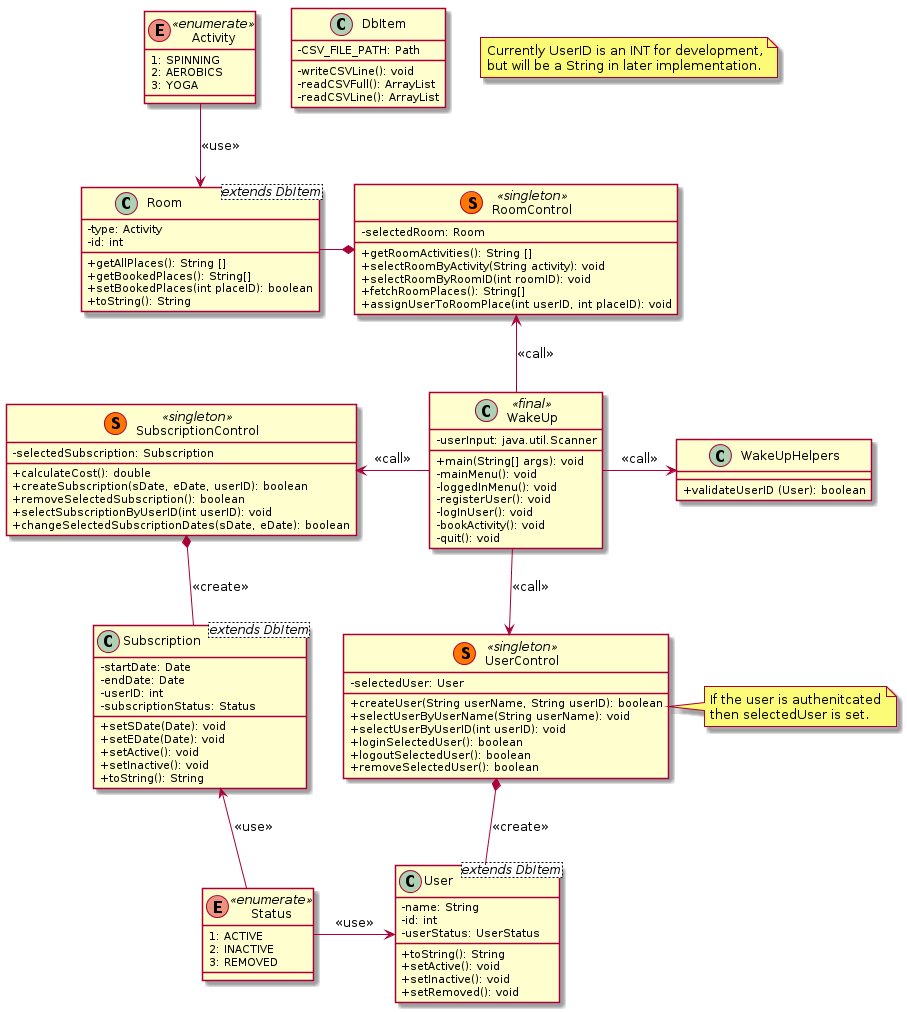
The PlantUML diagram UML_A2.png in weleoka/A02_u01, before a commit.
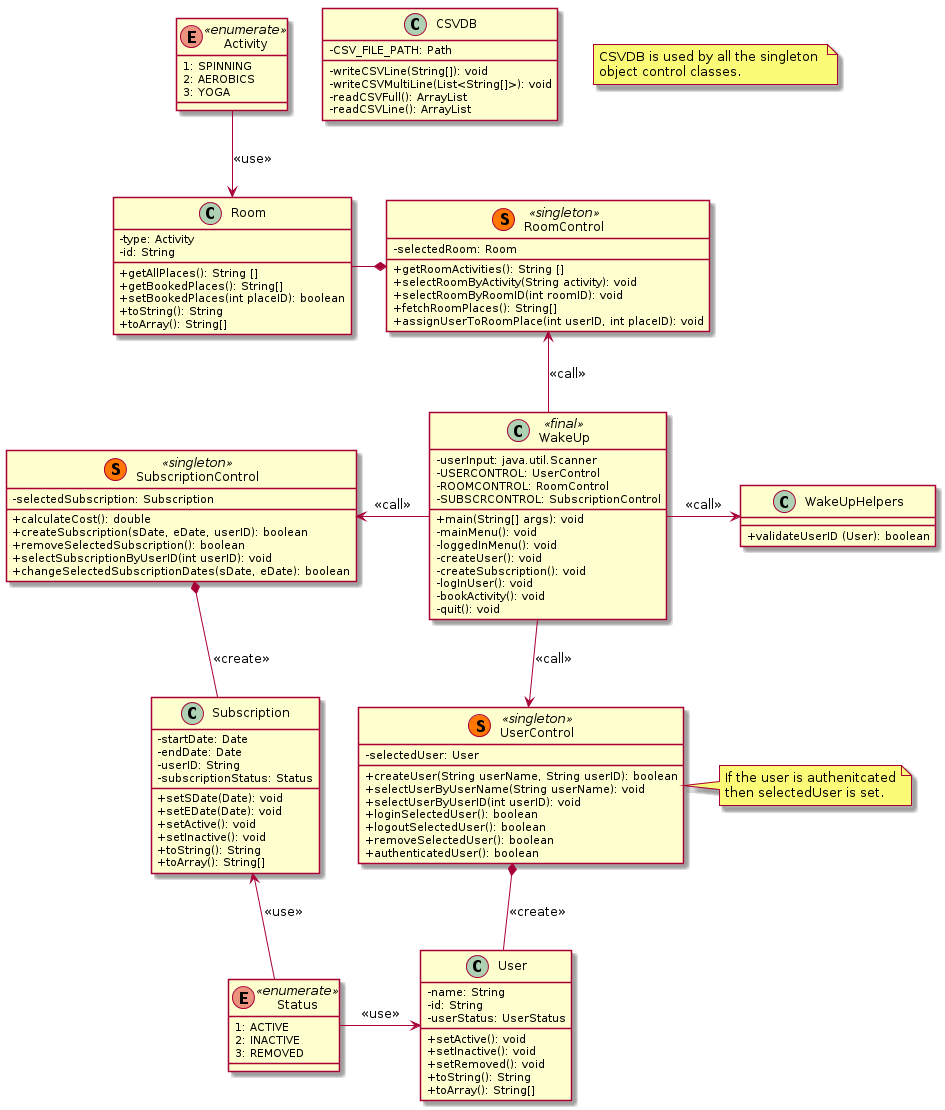
After the change.

Change to the diagram source:
```diff
@@ -6,10 +6,14 @@
 
 class WakeUp <<final>> {
     - userInput: java.util.Scanner
+    - USERCONTROL: UserControl
+    - ROOMCONTROL: RoomControl
+    - SUBSCRCONTROL: SubscriptionControl
     + main(String[] args): void
     - mainMenu(): void
     - loggedInMenu(): void
-    - registerUser(): void
+    - createUser(): void
+    - createSubscription(): void
     - logInUser(): void
     - bookActivity(): void
     - quit(): void
@@ -17,9 +21,10 @@
 class WakeUpHelpers {
     + validateUserID (User): boolean
 }
-class DbItem {
+class CSVDB {
     - CSV_FILE_PATH: Path
-    - writeCSVLine(): void
+    - writeCSVLine(String[]): void
+    - writeCSVMultiLine(List<String[]>): void
     - readCSVFull(): ArrayList
     - readCSVLine(): ArrayList
 }
@@ -33,13 +38,14 @@
     + fetchRoomPlaces(): String[]
     + assignUserToRoomPlace(int userID, int placeID): void
 }
-class Room <extends DbItem>{
+class Room {
     - type: Activity
-    - id: int
+    - id: String
     + getAllPlaces(): String []
     + getBookedPlaces(): String[]
     + setBookedPlaces(int placeID): boolean
     + toString(): String
+    + toArray(): String[]
 }
 enum Activity <<enumerate>> {
     1: SPINNING
@@ -57,15 +63,17 @@
     + loginSelectedUser(): boolean
     + logoutSelectedUser(): boolean
     + removeSelectedUser(): boolean
+    + authenticatedUser(): boolean
 }
-class User <extends DbItem> {
+class User {
     - name: String
-    - id: int
+    - id: String
     - userStatus: UserStatus
-    + toString(): String
     + setActive(): void
     + setInactive(): void
     + setRemoved(): void
+    + toString(): String
+    + toArray(): String[]
 }
 enum Status <<enumerate>> {
     1: ACTIVE
@@ -83,22 +91,22 @@
     + selectSubscriptionByUserID(int userID): void
     + changeSelectedSubscriptionDates(sDate, eDate): boolean
 }
-class Subscription <extends DbItem> {
+class Subscription {
     - startDate: Date
     - endDate: Date
-    - userID: int
+    - userID: String
     - subscriptionStatus: Status
     + setSDate(Date): void
     + setEDate(Date): void
     + setActive(): void
     + setInactive(): void
     + toString(): String
-
+    + toArray(): String[]
 }
 
 
 note right of UserControl: If the user is authenitcated\nthen selectedUser is set.
-note "Currently UserID is an INT for development,\nbut will be a String in later implementation." as N1
+note "CSVDB is used by all the singleton \nobject control classes." as Note1
 
 
 WakeUp                  -->     UserControl: <<call>>
```
